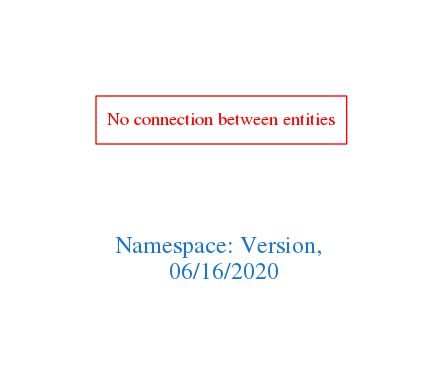
Before: downloads/Version.png, a diagram exported from Graphviz (arago/OGIT). Its source is kept beside it as downloads/Version.dot.
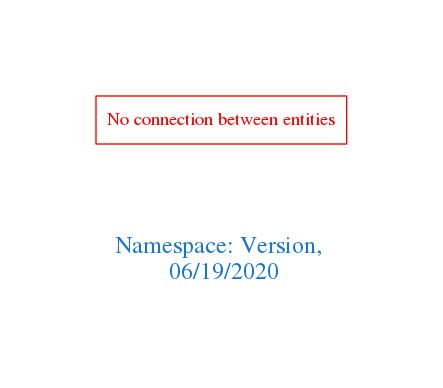
The same diagram one commit later.

Diff of the diagram source:
```diff
@@ -1,7 +1,7 @@
 digraph OGIT_ontology {
  graph [ rankdir= LR,pad=1
 fontsize = 18,
-fontcolor= dodgerblue3,label = "\n\n\nNamespace: Version, \n 06/16/2020"];
+fontcolor= dodgerblue3,label = "\n\n\nNamespace: Version, \n 06/19/2020"];
 node[shape=polygon];
 edge [  color="gray81"];
 
```
